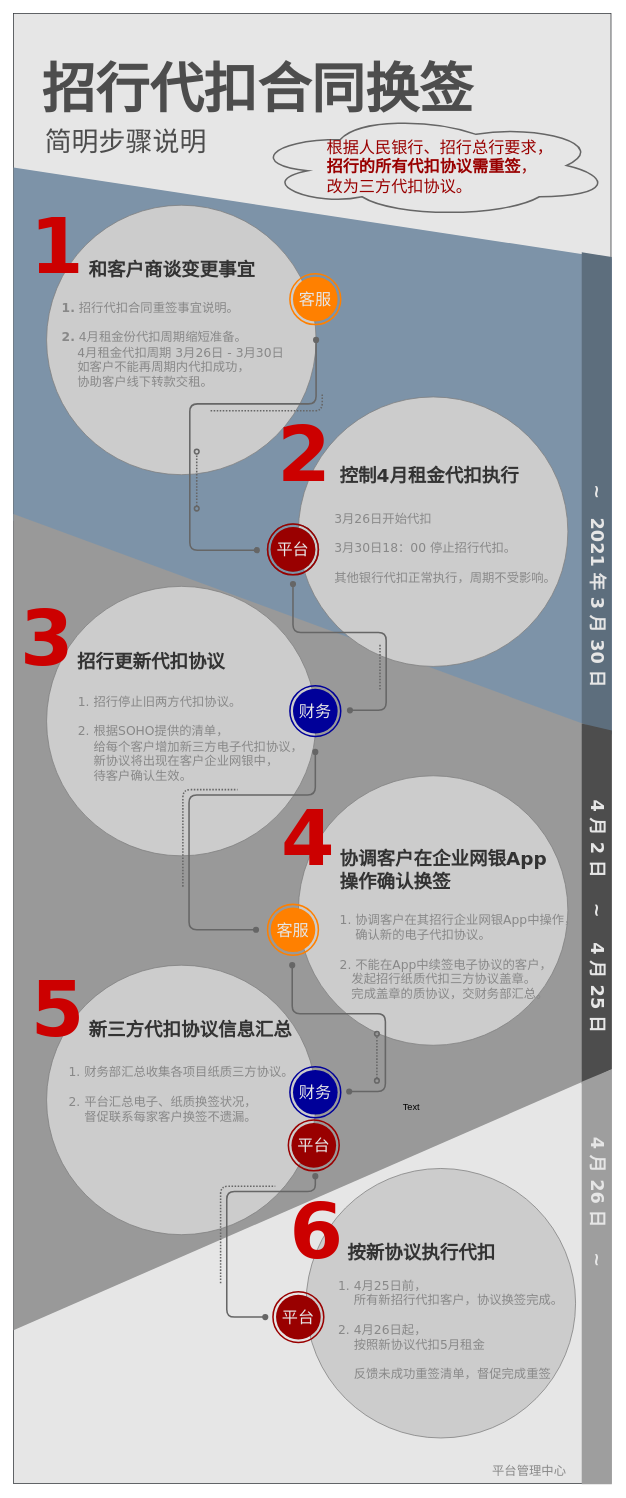
Earlier version of the draw.io diagram graphs/Untitled Diagram.drawio (leichong2019/MyBooks). Source tidied: cells renumbered, new cells numbered last; positions are measured from the earlier drawing's top-left corner, leaving out a move shared by most shapes. Both pictures are drawn from the tidied source at 77%, with x=0, y=0 at pixel (13, 13).
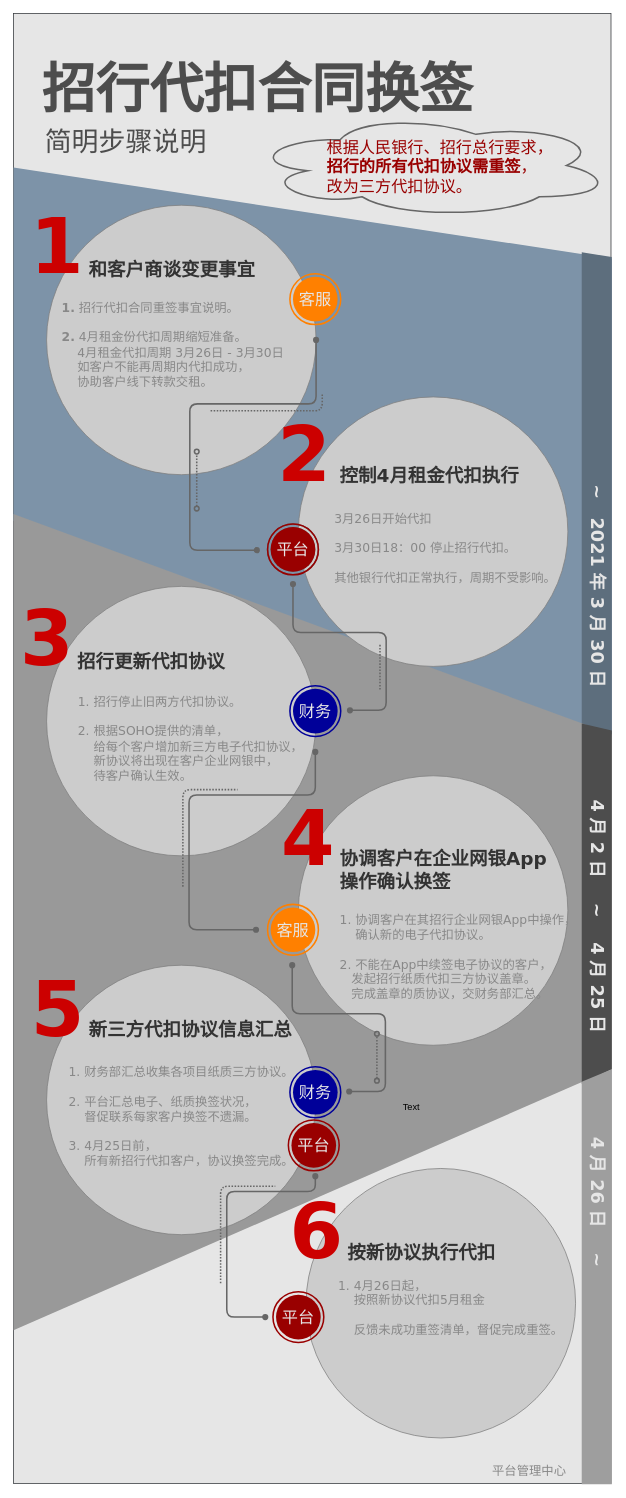
After the change.

What changed in the source:
```diff
@@
-    <mxCell id="23" value="&lt;div&gt;1. 财务部汇总收集各项目纸质三方协议。&lt;/div&gt;&lt;div&gt;&lt;br&gt;&lt;/div&gt;&lt;div&gt;2. 平台汇总电子、纸质换签状况，&lt;/div&gt;&lt;div&gt;&amp;nbsp;&amp;nbsp;&amp;nbsp; 督促联系每家客户换签不遗漏。&lt;/div&gt;&lt;div&gt;&lt;br&gt;&lt;/div&gt;&lt;div&gt;&lt;br&gt;&lt;/div&gt;" style="text;html=1;align=left;verticalAlign=top;spacingTop=-4;fontSize=16;fontColor=#888888;fontFamily=Verdana;" parent="1" vertex="1">
-      <mxGeometry x="70" y="1363" width="310" height="120" as="geometry" />
+    <mxCell id="23" value="&lt;div&gt;1. 财务部汇总收集各项目纸质三方协议。&lt;/div&gt;&lt;div&gt;&lt;br&gt;&lt;/div&gt;&lt;div&gt;2. 平台汇总电子、纸质换签状况，&lt;/div&gt;&lt;div&gt;&amp;nbsp;&amp;nbsp;&amp;nbsp; 督促联系每家客户换签不遗漏。&lt;/div&gt;&lt;div&gt;&lt;br&gt;&lt;/div&gt;&lt;div&gt;&lt;div&gt;3. 4月25日前，&lt;/div&gt;&lt;div&gt;&amp;nbsp;&amp;nbsp;&amp;nbsp; 所有新招行代扣客户，协议换签完成。&lt;/div&gt;&lt;/div&gt;&lt;div&gt;&lt;br&gt;&lt;/div&gt;&lt;div&gt;&lt;br&gt;&lt;/div&gt;" style="text;html=1;align=left;verticalAlign=top;spacingTop=-4;fontSize=16;fontColor=#888888;fontFamily=Verdana;" parent="1" vertex="1">
+      <mxGeometry x="70" y="1363" width="310" height="170" as="geometry" />
     </mxCell>
@@
-    <mxCell id="72" value="&lt;div&gt;1. 4月25日前，&lt;/div&gt;&lt;div&gt;&amp;nbsp;&amp;nbsp;&amp;nbsp; 所有新招行代扣客户，协议换签完成。&lt;/div&gt;&lt;div&gt;&lt;br&gt;&lt;/div&gt;&lt;div&gt;2. 4月26日起，&lt;/div&gt;&lt;div&gt;&amp;nbsp;&amp;nbsp;&amp;nbsp; 按照新协议代扣5月租金&lt;/div&gt;&lt;div&gt;&lt;br&gt;&lt;/div&gt;&lt;div&gt;&amp;nbsp;&amp;nbsp;&amp;nbsp; 反馈未成功重签清单，督促完成重签&lt;br&gt;&lt;/div&gt;" style="text;html=1;align=left;verticalAlign=top;spacingTop=-4;fontSize=16;fontColor=#888888;fontFamily=Verdana;" parent="1" vertex="1">
-      <mxGeometry x="420" y="1640" width="310" height="130" as="geometry" />
+    <mxCell id="72" value="1. 4月26日起，&lt;div&gt;&amp;nbsp;&amp;nbsp;&amp;nbsp; 按照新协议代扣5月租金&lt;/div&gt;&lt;div&gt;&lt;br&gt;&lt;/div&gt;&lt;div&gt;&amp;nbsp;&amp;nbsp;&amp;nbsp; 反馈未成功重签清单，督促完成重签。&lt;/div&gt;&lt;div&gt;&amp;nbsp;&lt;br&gt;&lt;/div&gt;" style="text;html=1;align=left;verticalAlign=top;spacingTop=-4;fontSize=16;fontColor=#888888;fontFamily=Verdana;" parent="1" vertex="1">
+      <mxGeometry x="420" y="1640" width="310" height="100" as="geometry" />
     </mxCell>
```
